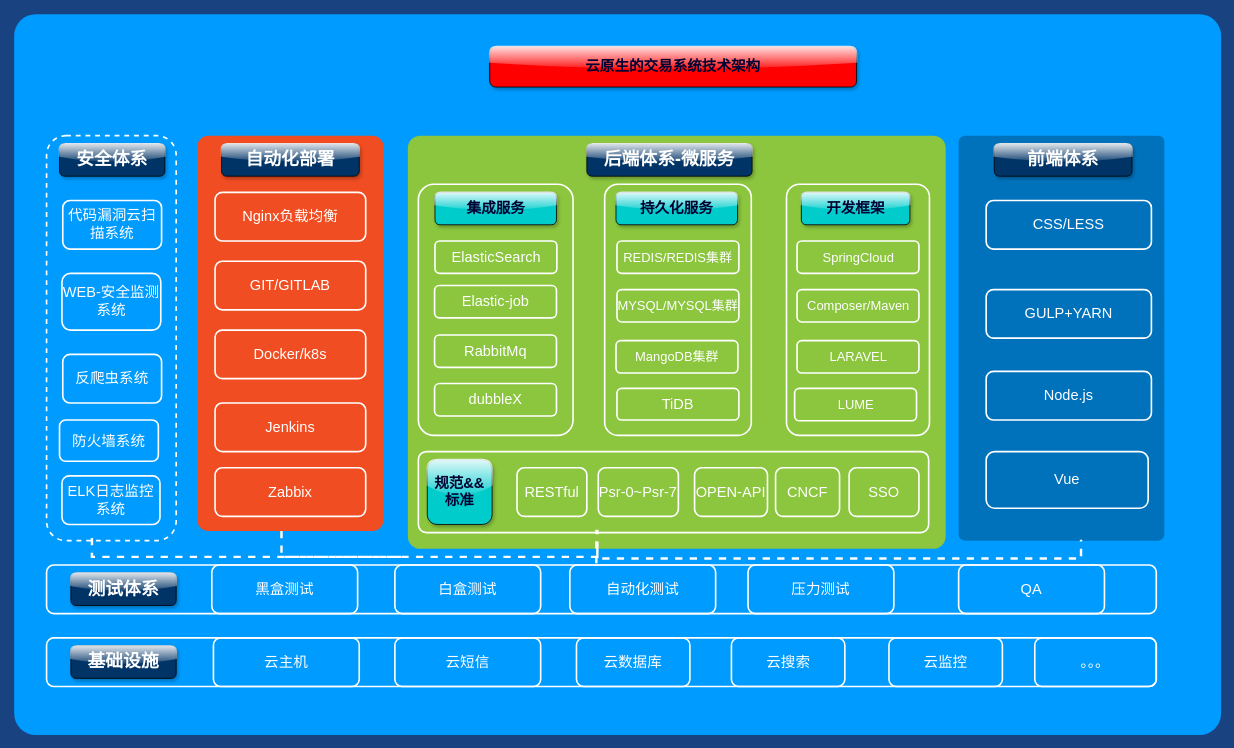
The draw.io diagram page "交易--技术架构" (2 of 2) of Untitled Diagram.drawio in yijiangwen/dew, before the edit. Source tidied: cells renumbered, new cells numbered last; positions are measured from the earlier drawing's top-left corner, leaving out a move shared by most shapes. Both pictures are drawn from the tidied source at 81%, with x=0, y=0 at pixel (14, 14).
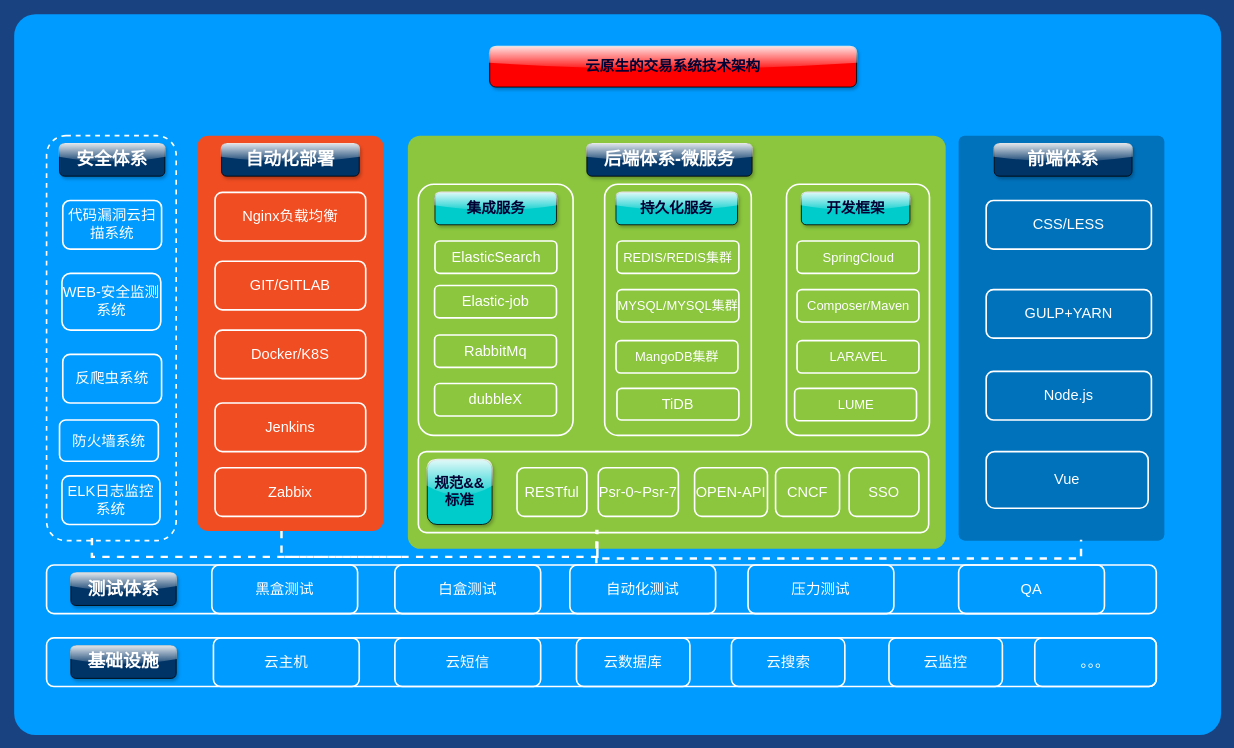
The same diagram, later.

Change to the diagram source:
```diff
@@
-    <mxCell id="12" value="Docker/k8s" style="rounded=1;whiteSpace=wrap;html=1;shadow=0;strokeWidth=2;fillColor=none;fontSize=18;align=center;strokeColor=#FFFFFF;fontColor=#FFFFFF;" parent="1" vertex="1">
+    <mxCell id="12" value="Docker/K8S" style="rounded=1;whiteSpace=wrap;html=1;shadow=0;strokeWidth=2;fillColor=none;fontSize=18;align=center;strokeColor=#FFFFFF;fontColor=#FFFFFF;" parent="1" vertex="1">
       <mxGeometry x="248" y="390" width="186" height="60" as="geometry" />
     </mxCell>
```
